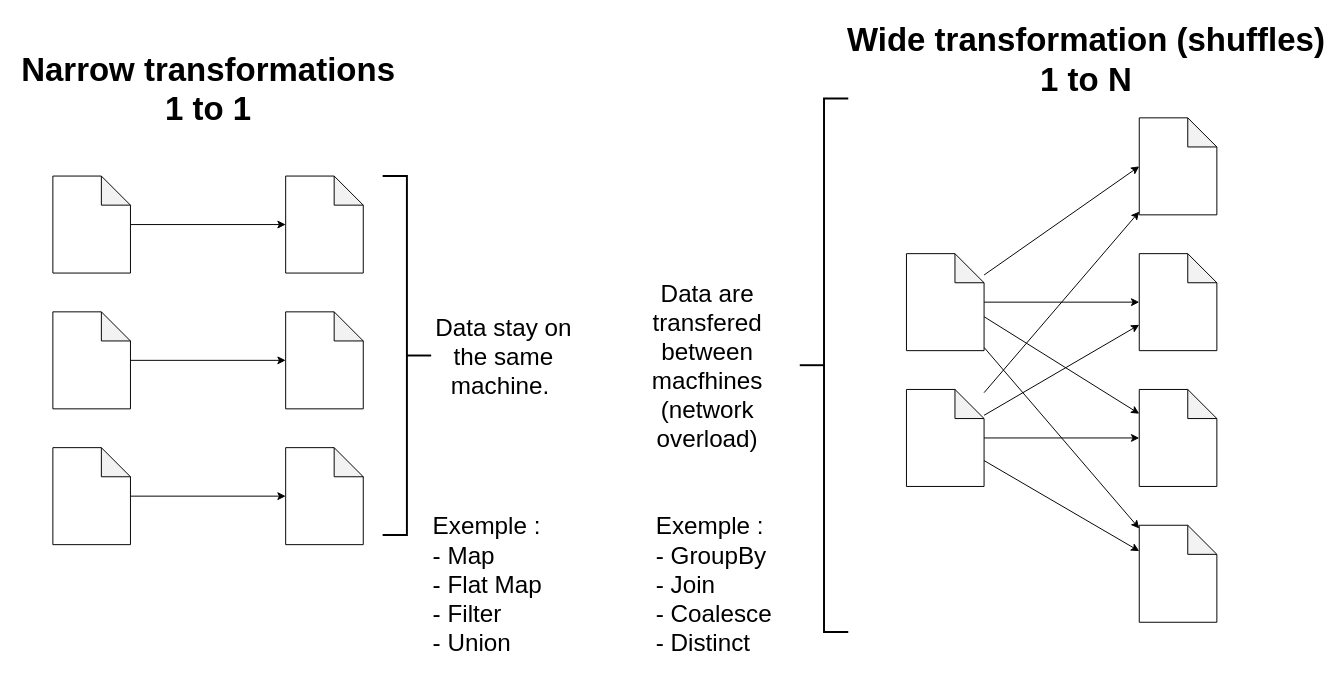
Earlier version of the draw.io diagram lessons/img/src/transofrmation spark.drawio (HealerMikado/panorama_big_data_2021). Source tidied: cells renumbered, new cells numbered last; positions are measured from the earlier drawing's top-left corner, leaving out a move shared by most shapes. Both pictures are drawn from the tidied source at 97%, with x=0, y=0 at pixel (52, 40).
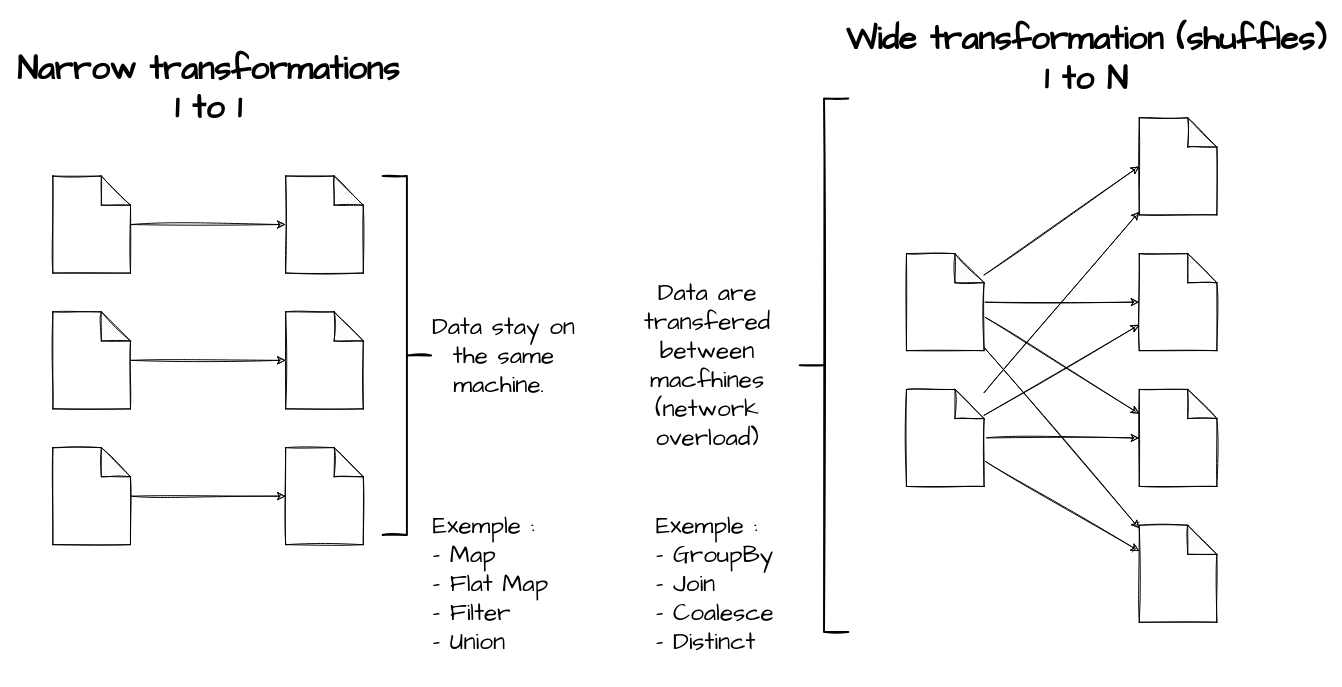
After the change.

Change to the diagram source:
```diff
@@
-    <mxCell id="2" style="edgeStyle=orthogonalEdgeStyle;rounded=0;jettySize=auto;html=1;" parent="1" edge="1" source="3" target="8">
+    <mxCell id="2" style="edgeStyle=orthogonalEdgeStyle;rounded=0;jettySize=auto;html=1;sketch=1;fontFamily=Architects Daughter;" parent="1" edge="1" source="3" target="8">
       <mxGeometry relative="1" as="geometry" />
     </mxCell>
-    <mxCell id="3" style="shape=note;whiteSpace=wrap;html=1;backgroundOutline=1;darkOpacity=0.05;" parent="1" vertex="1">
+    <mxCell id="3" style="shape=note;whiteSpace=wrap;html=1;backgroundOutline=1;darkOpacity=0.05;sketch=1;fontFamily=Architects Daughter;" parent="1" vertex="1">
       <mxGeometry y="140" width="80" height="100" as="geometry" />
     </mxCell>
-    <mxCell id="4" style="edgeStyle=orthogonalEdgeStyle;rounded=0;jettySize=auto;html=1;" parent="1" edge="1" source="5" target="9">
+    <mxCell id="4" style="edgeStyle=orthogonalEdgeStyle;rounded=0;jettySize=auto;html=1;sketch=1;fontFamily=Architects Daughter;" parent="1" edge="1" source="5" target="9">
       <mxGeometry relative="1" as="geometry" />
     </mxCell>
-    <mxCell id="5" style="shape=note;whiteSpace=wrap;html=1;backgroundOutline=1;darkOpacity=0.05;" parent="1" vertex="1">
+    <mxCell id="5" style="shape=note;whiteSpace=wrap;html=1;backgroundOutline=1;darkOpacity=0.05;sketch=1;fontFamily=Architects Daughter;" parent="1" vertex="1">
       <mxGeometry y="280" width="80" height="100" as="geometry" />
     </mxCell>
-    <mxCell id="6" style="edgeStyle=orthogonalEdgeStyle;rounded=0;jettySize=auto;html=1;" parent="1" edge="1" source="7" target="10">
+    <mxCell id="6" style="edgeStyle=orthogonalEdgeStyle;rounded=0;jettySize=auto;html=1;sketch=1;fontFamily=Architects Daughter;" parent="1" edge="1" source="7" target="10">
       <mxGeometry relative="1" as="geometry" />
     </mxCell>
-    <mxCell id="7" style="shape=note;whiteSpace=wrap;html=1;backgroundOutline=1;darkOpacity=0.05;" parent="1" vertex="1">
+    <mxCell id="7" style="shape=note;whiteSpace=wrap;html=1;backgroundOutline=1;darkOpacity=0.05;sketch=1;fontFamily=Architects Daughter;" parent="1" vertex="1">
       <mxGeometry y="420" width="80" height="100" as="geometry" />
     </mxCell>
-    <mxCell id="8" style="shape=note;whiteSpace=wrap;html=1;backgroundOutline=1;darkOpacity=0.05;" parent="1" vertex="1">
+    <mxCell id="8" style="shape=note;whiteSpace=wrap;html=1;backgroundOutline=1;darkOpacity=0.05;sketch=1;fontFamily=Architects Daughter;" parent="1" vertex="1">
       <mxGeometry x="240" y="140" width="80" height="100" as="geometry" />
     </mxCell>
-    <mxCell id="9" style="shape=note;whiteSpace=wrap;html=1;backgroundOutline=1;darkOpacity=0.05;" parent="1" vertex="1">
+    <mxCell id="9" style="shape=note;whiteSpace=wrap;html=1;backgroundOutline=1;darkOpacity=0.05;sketch=1;fontFamily=Architects Daughter;" parent="1" vertex="1">
       <mxGeometry x="240" y="280" width="80" height="100" as="geometry" />
     </mxCell>
-    <mxCell id="10" style="shape=note;whiteSpace=wrap;html=1;backgroundOutline=1;darkOpacity=0.05;" parent="1" vertex="1">
+    <mxCell id="10" style="shape=note;whiteSpace=wrap;html=1;backgroundOutline=1;darkOpacity=0.05;sketch=1;fontFamily=Architects Daughter;" parent="1" vertex="1">
       <mxGeometry x="240" y="420" width="80" height="100" as="geometry" />
     </mxCell>
-    <mxCell id="11" style="rounded=0;jettySize=auto;html=1;entryX=0;entryY=0.5;entryDx=0;entryDy=0;entryPerimeter=0;" parent="1" edge="1" source="15" target="24">
+    <mxCell id="11" style="rounded=0;jettySize=auto;html=1;entryX=0;entryY=0.5;entryDx=0;entryDy=0;entryPerimeter=0;sketch=1;fontFamily=Architects Daughter;" parent="1" edge="1" source="15" target="24">
       <mxGeometry relative="1" as="geometry" />
     </mxCell>
-    <mxCell id="12" style="edgeStyle=none;rounded=0;jettySize=auto;html=1;" parent="1" edge="1" source="15" target="21">
+    <mxCell id="12" style="edgeStyle=none;rounded=0;jettySize=auto;html=1;sketch=1;fontFamily=Architects Daughter;" parent="1" edge="1" source="15" target="21">
       <mxGeometry relative="1" as="geometry" />
     </mxCell>
-    <mxCell id="13" style="edgeStyle=none;rounded=0;jettySize=auto;html=1;exitX=0;exitY=0;exitDx=80;exitDy=65;exitPerimeter=0;" parent="1" edge="1" source="15" target="22">
+    <mxCell id="13" style="edgeStyle=none;rounded=0;jettySize=auto;html=1;exitX=0;exitY=0;exitDx=80;exitDy=65;exitPerimeter=0;sketch=1;fontFamily=Architects Daughter;" parent="1" edge="1" source="15" target="22">
       <mxGeometry relative="1" as="geometry" />
     </mxCell>
-    <mxCell id="14" style="edgeStyle=none;rounded=0;jettySize=auto;html=1;" parent="1" edge="1" source="15" target="23">
+    <mxCell id="14" style="edgeStyle=none;rounded=0;jettySize=auto;html=1;sketch=1;fontFamily=Architects Daughter;" parent="1" edge="1" source="15" target="23">
       <mxGeometry relative="1" as="geometry" />
     </mxCell>
-    <mxCell id="15" style="shape=note;whiteSpace=wrap;html=1;backgroundOutline=1;darkOpacity=0.05;" parent="1" vertex="1">
+    <mxCell id="15" style="shape=note;whiteSpace=wrap;html=1;backgroundOutline=1;darkOpacity=0.05;sketch=1;fontFamily=Architects Daughter;" parent="1" vertex="1">
       <mxGeometry x="880" y="220" width="80" height="100" as="geometry" />
     </mxCell>
-    <mxCell id="16" style="edgeStyle=none;rounded=0;jettySize=auto;html=1;" parent="1" edge="1" source="20" target="24">
+    <mxCell id="16" style="edgeStyle=none;rounded=0;jettySize=auto;html=1;sketch=1;fontFamily=Architects Daughter;" parent="1" edge="1" source="20" target="24">
       <mxGeometry relative="1" as="geometry" />
     </mxCell>
-    <mxCell id="17" style="edgeStyle=none;rounded=0;jettySize=auto;html=1;" parent="1" edge="1" source="20" target="21">
+    <mxCell id="17" style="edgeStyle=none;rounded=0;jettySize=auto;html=1;sketch=1;fontFamily=Architects Daughter;" parent="1" edge="1" source="20" target="21">
       <mxGeometry relative="1" as="geometry" />
     </mxCell>
-    <mxCell id="18" style="edgeStyle=none;rounded=0;jettySize=auto;html=1;" parent="1" edge="1" source="20" target="22">
+    <mxCell id="18" style="edgeStyle=none;rounded=0;jettySize=auto;html=1;sketch=1;fontFamily=Architects Daughter;" parent="1" edge="1" source="20" target="22">
       <mxGeometry relative="1" as="geometry" />
     </mxCell>
-    <mxCell id="19" style="edgeStyle=none;rounded=0;jettySize=auto;html=1;" parent="1" edge="1" source="20" target="23">
+    <mxCell id="19" style="edgeStyle=none;rounded=0;jettySize=auto;html=1;sketch=1;fontFamily=Architects Daughter;" parent="1" edge="1" source="20" target="23">
       <mxGeometry relative="1" as="geometry" />
     </mxCell>
-    <mxCell id="20" style="shape=note;whiteSpace=wrap;html=1;backgroundOutline=1;darkOpacity=0.05;" parent="1" vertex="1">
+    <mxCell id="20" style="shape=note;whiteSpace=wrap;html=1;backgroundOutline=1;darkOpacity=0.05;sketch=1;fontFamily=Architects Daughter;" parent="1" vertex="1">
       <mxGeometry x="880" y="360" width="80" height="100" as="geometry" />
     </mxCell>
-    <mxCell id="21" style="shape=note;whiteSpace=wrap;html=1;backgroundOutline=1;darkOpacity=0.05;" parent="1" vertex="1">
+    <mxCell id="21" style="shape=note;whiteSpace=wrap;html=1;backgroundOutline=1;darkOpacity=0.05;sketch=1;fontFamily=Architects Daughter;" parent="1" vertex="1">
       <mxGeometry x="1120" y="220" width="80" height="100" as="geometry" />
     </mxCell>
-    <mxCell id="22" style="shape=note;whiteSpace=wrap;html=1;backgroundOutline=1;darkOpacity=0.05;" parent="1" vertex="1">
+    <mxCell id="22" style="shape=note;whiteSpace=wrap;html=1;backgroundOutline=1;darkOpacity=0.05;sketch=1;fontFamily=Architects Daughter;" parent="1" vertex="1">
       <mxGeometry x="1120" y="360" width="80" height="100" as="geometry" />
     </mxCell>
-    <mxCell id="23" style="shape=note;whiteSpace=wrap;html=1;backgroundOutline=1;darkOpacity=0.05;" parent="1" vertex="1">
+    <mxCell id="23" style="shape=note;whiteSpace=wrap;html=1;backgroundOutline=1;darkOpacity=0.05;sketch=1;fontFamily=Architects Daughter;" parent="1" vertex="1">
       <mxGeometry x="1120" y="500" width="80" height="100" as="geometry" />
     </mxCell>
-    <mxCell id="24" style="shape=note;whiteSpace=wrap;html=1;backgroundOutline=1;darkOpacity=0.05;" parent="1" vertex="1">
+    <mxCell id="24" style="shape=note;whiteSpace=wrap;html=1;backgroundOutline=1;darkOpacity=0.05;sketch=1;fontFamily=Architects Daughter;" parent="1" vertex="1">
       <mxGeometry x="1120" y="80" width="80" height="100" as="geometry" />
     </mxCell>
-    <mxCell id="25" value="&lt;font style=&quot;font-size: 34px&quot;&gt;Narrow transformations&lt;br&gt;1 to 1&lt;br&gt;&lt;/font&gt;" style="text;strokeColor=none;fillColor=none;html=1;fontSize=24;fontStyle=1;verticalAlign=middle;align=center;" parent="1" vertex="1">
+    <mxCell id="25" value="&lt;font style=&quot;font-size: 34px&quot;&gt;Narrow transformations&lt;br&gt;1 to 1&lt;br&gt;&lt;/font&gt;" style="text;strokeColor=none;fillColor=none;html=1;fontSize=24;fontStyle=1;verticalAlign=middle;align=center;sketch=1;fontFamily=Architects Daughter;" parent="1" vertex="1">
       <mxGeometry x="10" y="30" width="300" height="40" as="geometry" />
     </mxCell>
-    <mxCell id="26" value="&lt;font style=&quot;font-size: 34px&quot;&gt;Wide transformation (shuffles)&lt;br&gt;1 to N&lt;br&gt;&lt;/font&gt;" style="text;strokeColor=none;fillColor=none;html=1;fontSize=24;fontStyle=1;verticalAlign=middle;align=center;" parent="1" vertex="1">
+    <mxCell id="26" value="&lt;font style=&quot;font-size: 34px&quot;&gt;Wide transformation (shuffles)&lt;br&gt;1 to N&lt;br&gt;&lt;/font&gt;" style="text;strokeColor=none;fillColor=none;html=1;fontSize=24;fontStyle=1;verticalAlign=middle;align=center;sketch=1;fontFamily=Architects Daughter;" parent="1" vertex="1">
       <mxGeometry x="880" width="370" height="40" as="geometry" />
     </mxCell>
-    <mxCell id="27" value="&lt;font style=&quot;font-size: 25px&quot;&gt;Exemple :&lt;br&gt;- Map&lt;br&gt;- Flat Map&lt;br&gt;- Filter&lt;br&gt;- Union&lt;/font&gt;" style="text;html=1;strokeColor=none;fillColor=none;align=left;verticalAlign=middle;whiteSpace=wrap;rounded=0;" parent="1" vertex="1">
+    <mxCell id="27" value="&lt;font style=&quot;font-size: 25px&quot;&gt;Exemple :&lt;br&gt;- Map&lt;br&gt;- Flat Map&lt;br&gt;- Filter&lt;br&gt;- Union&lt;/font&gt;" style="text;html=1;strokeColor=none;fillColor=none;align=left;verticalAlign=middle;whiteSpace=wrap;rounded=0;sketch=1;fontFamily=Architects Daughter;" parent="1" vertex="1">
       <mxGeometry x="390" y="470" width="140" height="180" as="geometry" />
     </mxCell>
-    <mxCell id="28" value="&lt;font style=&quot;font-size: 25px&quot;&gt;Exemple :&lt;br&gt;- GroupBy&lt;br&gt;- Join&lt;br&gt;- Coalesce&lt;br&gt;- Distinct&lt;/font&gt;" style="text;html=1;strokeColor=none;fillColor=none;align=left;verticalAlign=middle;whiteSpace=wrap;rounded=0;" parent="1" vertex="1">
+    <mxCell id="28" value="&lt;font style=&quot;font-size: 25px&quot;&gt;Exemple :&lt;br&gt;- GroupBy&lt;br&gt;- Join&lt;br&gt;- Coalesce&lt;br&gt;- Distinct&lt;/font&gt;" style="text;html=1;strokeColor=none;fillColor=none;align=left;verticalAlign=middle;whiteSpace=wrap;rounded=0;sketch=1;fontFamily=Architects Daughter;" parent="1" vertex="1">
       <mxGeometry x="620" y="470" width="140" height="180" as="geometry" />
     </mxCell>
-    <mxCell id="29" value="&lt;font style=&quot;font-size: 25px&quot;&gt;Data stay on the same machine.&amp;nbsp;&lt;/font&gt;" style="text;html=1;strokeColor=none;fillColor=none;align=center;verticalAlign=middle;whiteSpace=wrap;rounded=0;" parent="1" vertex="1">
+    <mxCell id="29" value="&lt;font style=&quot;font-size: 25px&quot;&gt;Data stay on the same machine.&amp;nbsp;&lt;/font&gt;" style="text;html=1;strokeColor=none;fillColor=none;align=center;verticalAlign=middle;whiteSpace=wrap;rounded=0;sketch=1;fontFamily=Architects Daughter;" parent="1" vertex="1">
       <mxGeometry x="390" y="245" width="150" height="160" as="geometry" />
     </mxCell>
-    <mxCell id="30" value="&lt;font style=&quot;font-size: 25px&quot;&gt;Data are transfered between macfhines (network overload)&lt;/font&gt;" style="text;html=1;strokeColor=none;fillColor=none;align=center;verticalAlign=middle;whiteSpace=wrap;rounded=0;" parent="1" vertex="1">
+    <mxCell id="30" value="&lt;font style=&quot;font-size: 25px&quot;&gt;Data are transfered between macfhines (network overload)&lt;/font&gt;" style="text;html=1;strokeColor=none;fillColor=none;align=center;verticalAlign=middle;whiteSpace=wrap;rounded=0;sketch=1;fontFamily=Architects Daughter;" parent="1" vertex="1">
       <mxGeometry x="600" y="242.5" width="150" height="185" as="geometry" />
     </mxCell>
-    <mxCell id="31" style="strokeWidth=2;html=1;shape=mxgraph.flowchart.annotation_2;align=left;labelPosition=right;perimeterSpacing=4;rotation=-180;" parent="1" vertex="1">
+    <mxCell id="31" style="strokeWidth=2;html=1;shape=mxgraph.flowchart.annotation_2;align=left;labelPosition=right;perimeterSpacing=4;rotation=-180;sketch=1;fontFamily=Architects Daughter;" parent="1" vertex="1">
       <mxGeometry x="340" y="140" width="50" height="370" as="geometry" />
     </mxCell>
-    <mxCell id="32" style="strokeWidth=2;html=1;shape=mxgraph.flowchart.annotation_2;align=left;labelPosition=right;gradientColor=none;" parent="1" vertex="1">
+    <mxCell id="32" style="strokeWidth=2;html=1;shape=mxgraph.flowchart.annotation_2;align=left;labelPosition=right;gradientColor=none;sketch=1;fontFamily=Architects Daughter;" parent="1" vertex="1">
       <mxGeometry x="770" y="60" width="50" height="550" as="geometry" />
     </mxCell>
```
